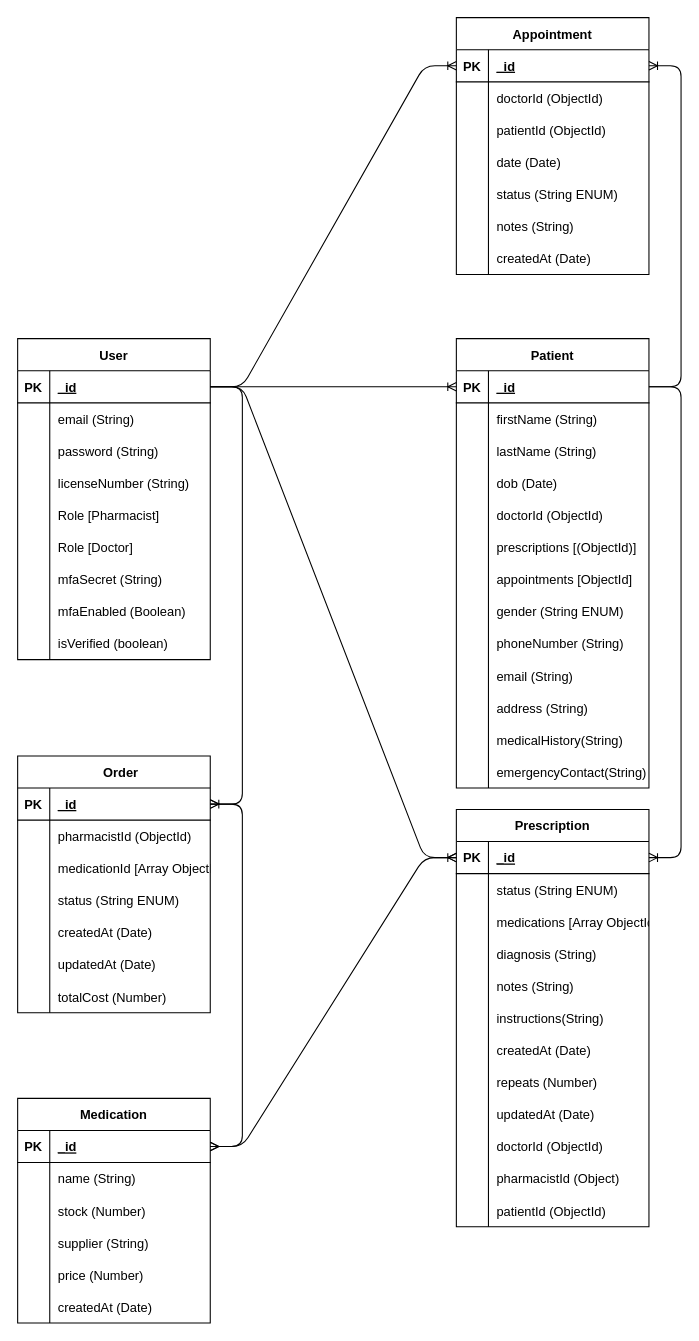
Earlier version of the draw.io diagram docs/MedicalERD.drawio (Liam-Ronan-dev/Major-Project-Backend). Source tidied: cells renumbered, new cells numbered last; positions are measured from the earlier drawing's top-left corner, leaving out a move shared by most shapes. Both pictures are drawn from the tidied source at 107%, with x=0, y=0 at pixel (-122, 17).
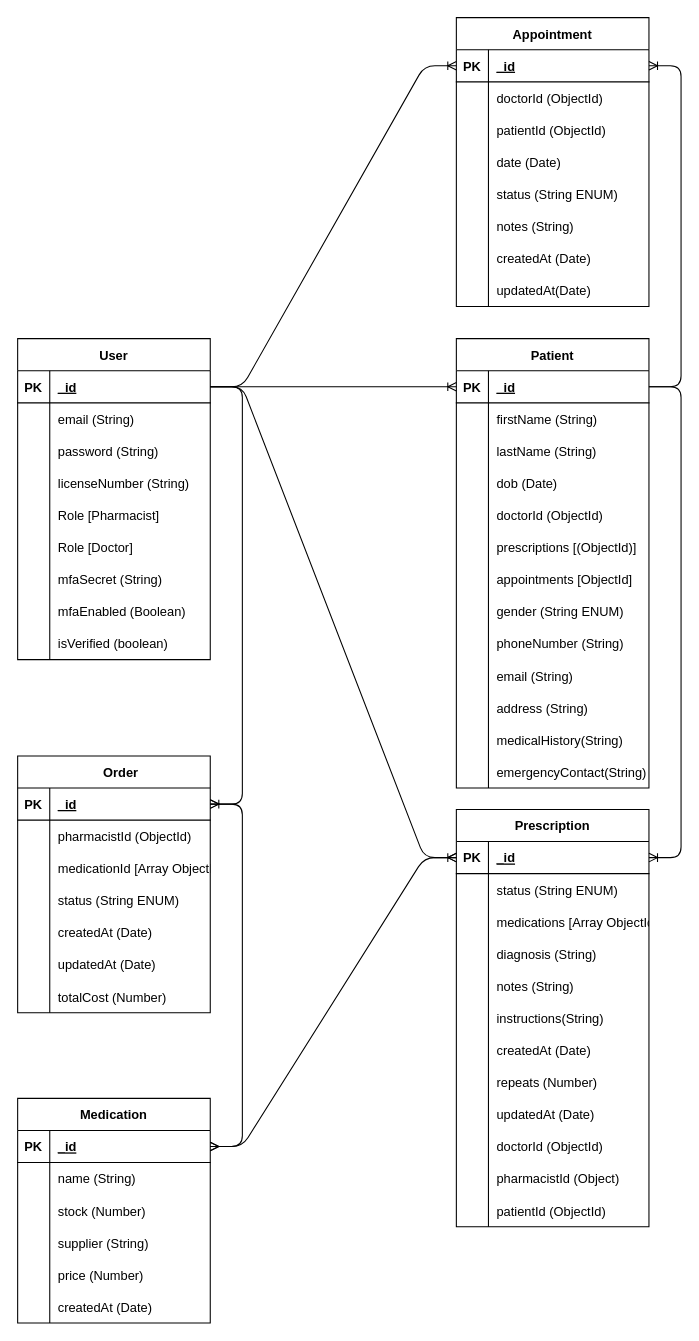
The same diagram, later.

The edit, as a diff of the source:
```diff
@@
     <mxCell id="149" value="Appointment" style="shape=table;startSize=30;childLayout=tableLayout;rowLines=0;fontStyle=1;align=center;" parent="1" vertex="1">
-      <mxGeometry x="540" width="180" height="240" as="geometry" />
+      <mxGeometry x="540" width="180" height="270" as="geometry" />
     </mxCell>
@@
+    <mxCell id="178" style="shape=tableRow;horizontal=0;startSize=0;swimlaneHead=0;swimlaneBody=0;fillColor=none;top=0;left=0;right=0;bottom=0;" parent="149" vertex="1">
+      <mxGeometry y="240" width="180" height="30" as="geometry" />
+    </mxCell>
+    <mxCell id="179" style="shape=partialRectangle;fillColor=none;top=0;left=0;bottom=0;right=0;overflow=hidden;" parent="178" vertex="1">
+      <mxGeometry width="30" height="30" as="geometry" />
+    </mxCell>
+    <mxCell id="180" value="updatedAt(Date)" style="shape=partialRectangle;fillColor=none;top=0;left=0;bottom=0;right=0;align=left;spacingLeft=6;overflow=hidden;" parent="178" vertex="1">
+      <mxGeometry x="30" width="150" height="30" as="geometry" />
+    </mxCell>
```
